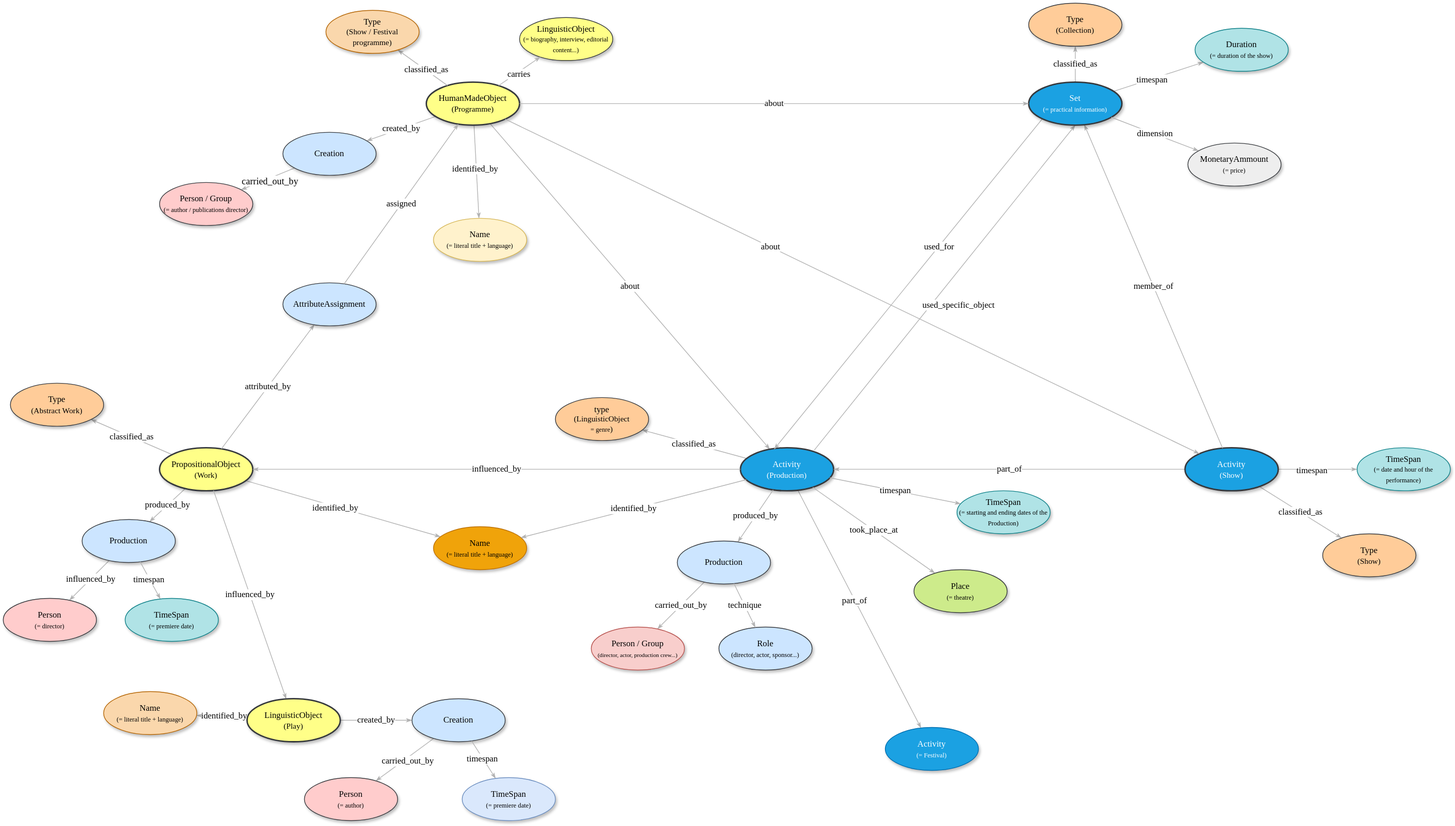
Above: Figures-Cookbook/Global.drawio.svg in stage-to-data/linked-art-pa (draw.io), before the change. Source tidied: cells renumbered, new cells last; positions are measured from the earlier drawing's top-left corner, leaving out a move shared by most shapes.
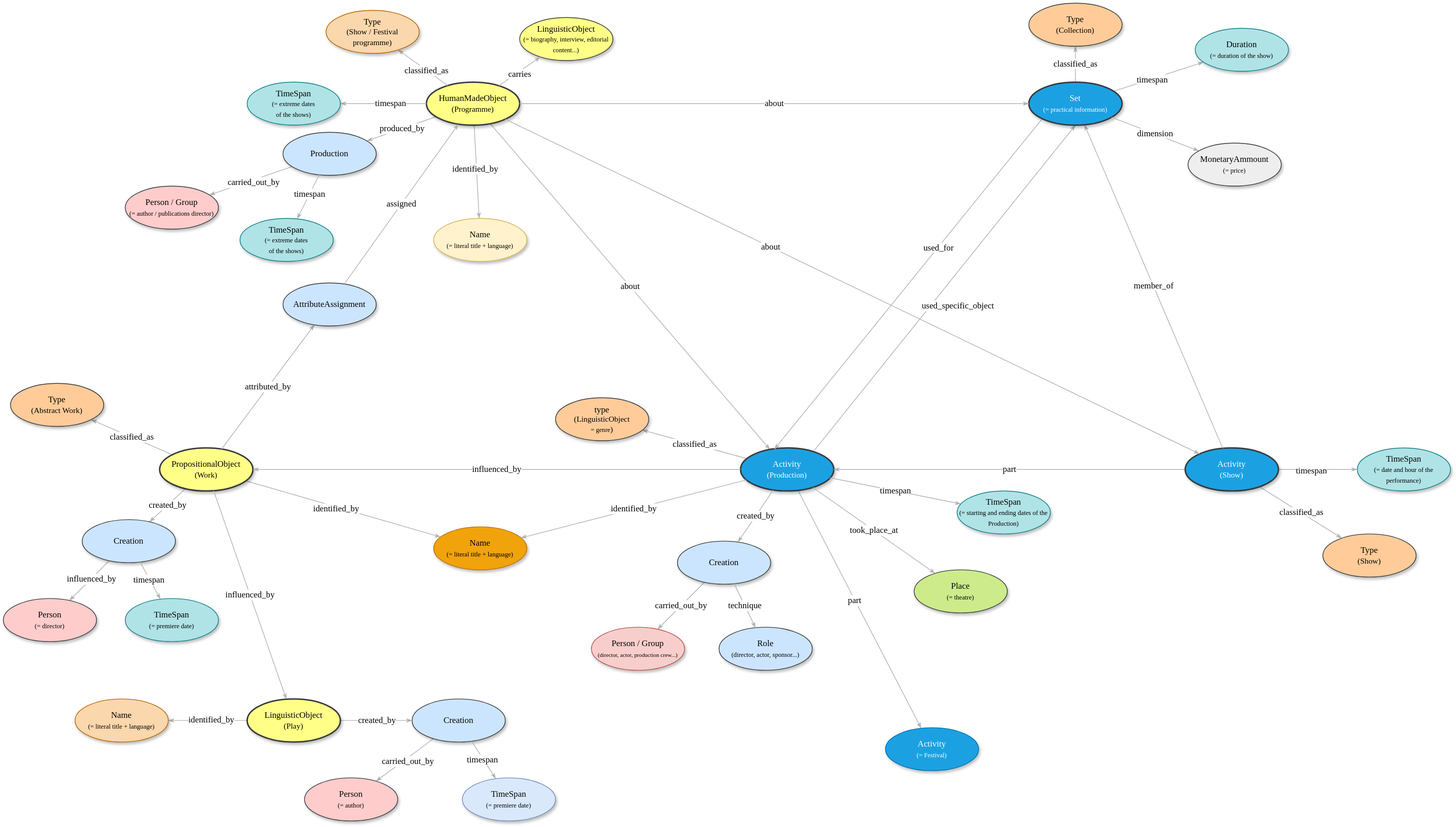
Above is the later version.

The edit, as a diff of the source:
```diff
@@ -11,7 +11,7 @@
     <mxCell id="4" value="classified_as" style="edgeStyle=none;rounded=1;html=1;labelBackgroundColor=#FFFFFF;startArrow=none;startFill=0;startSize=5;endArrow=classicThin;endFill=1;endSize=5;jettySize=auto;strokeColor=#B3B3B3;strokeWidth=1;fontFamily=Verdana;fontSize=12;" parent="1" edge="1" source="6" target="12">
       <mxGeometry relative="1" as="geometry" />
     </mxCell>
-    <mxCell id="5" value="produced_by" style="edgeStyle=none;rounded=1;html=1;labelBackgroundColor=#FFFFFF;startArrow=none;startFill=0;startSize=5;endArrow=classicThin;endFill=1;endSize=5;jettySize=auto;strokeColor=#B3B3B3;strokeWidth=1;fontFamily=Verdana;fontSize=12;" parent="1" edge="1" source="6" target="10">
+    <mxCell id="5" value="created_by" style="edgeStyle=none;rounded=1;html=1;labelBackgroundColor=#FFFFFF;startArrow=none;startFill=0;startSize=5;endArrow=classicThin;endFill=1;endSize=5;jettySize=auto;strokeColor=#B3B3B3;strokeWidth=1;fontFamily=Verdana;fontSize=12;" parent="1" edge="1" source="6" target="10">
       <mxGeometry relative="1" as="geometry" />
     </mxCell>
     <mxCell id="6" value="PropositionalObject&lt;div&gt;&lt;span style=&quot;font-size: 11px; background-color: initial;&quot;&gt;(W&lt;/span&gt;&lt;span style=&quot;font-size: 11px; background-color: initial;&quot;&gt;ork)&lt;/span&gt;&lt;/div&gt;" style="ellipse;whiteSpace=wrap;html=1;rounded=0;shadow=1;comic=0;labelBackgroundColor=none;strokeWidth=2;fontFamily=Verdana;fontSize=12;align=center;fillColor=#ffff88;strokeColor=#36393d;" parent="1" vertex="1">
@@ -28,7 +28,7 @@
         <mxPoint y="-1" as="offset" />
       </mxGeometry>
     </mxCell>
-    <mxCell id="10" value="&lt;span&gt;Production&lt;/span&gt;" style="ellipse;whiteSpace=wrap;html=1;rounded=0;shadow=1;comic=0;labelBackgroundColor=none;strokeWidth=1;fontFamily=Verdana;fontSize=12;align=center;fillColor=#cce5ff;strokeColor=#36393d;" parent="1" vertex="1">
+    <mxCell id="10" value="&lt;span&gt;Creation&lt;/span&gt;" style="ellipse;whiteSpace=wrap;html=1;rounded=0;shadow=1;comic=0;labelBackgroundColor=none;strokeWidth=1;fontFamily=Verdana;fontSize=12;align=center;fillColor=#cce5ff;strokeColor=#36393d;" parent="1" vertex="1">
       <mxGeometry x="110" y="720" width="130" height="60" as="geometry" />
     </mxCell>
     <mxCell id="11" value="&lt;span&gt;Person&lt;/span&gt;&lt;div&gt;&lt;span&gt;&lt;font style=&quot;font-size: 9px;&quot;&gt;(= director)&lt;/font&gt;&lt;/span&gt;&lt;/div&gt;" style="ellipse;whiteSpace=wrap;html=1;rounded=0;shadow=1;comic=0;labelBackgroundColor=none;strokeWidth=1;fontFamily=Verdana;fontSize=12;align=center;fillColor=#ffcccc;strokeColor=#36393d;" parent="1" vertex="1">
@@ -60,7 +60,7 @@
     <mxCell id="19" style="edgeStyle=none;rounded=1;html=1;labelBackgroundColor=#FFFFFF;startArrow=none;startFill=0;startSize=5;endArrow=classicThin;endFill=1;endSize=5;jettySize=auto;strokeColor=#B3B3B3;strokeWidth=1;fontFamily=Verdana;fontSize=12;" parent="1" edge="1" source="22" target="25">
       <mxGeometry relative="1" as="geometry" />
     </mxCell>
-    <mxCell id="20" value="&lt;font style=&quot;font-size: 12px;&quot; face=&quot;Verdana&quot;&gt;part_of&lt;/font&gt;" style="edgeLabel;html=1;align=center;verticalAlign=middle;labelBackgroundColor=#FFFFFF;" parent="19" vertex="1">
+    <mxCell id="20" value="&lt;font style=&quot;font-size: 12px;&quot; face=&quot;Verdana&quot;&gt;part&lt;/font&gt;" style="edgeLabel;html=1;align=center;verticalAlign=middle;labelBackgroundColor=#FFFFFF;" parent="19" vertex="1">
       <mxGeometry x="-0.08" y="-1" relative="1" as="geometry" />
     </mxCell>
     <mxCell id="21" value="&lt;span style=&quot;background-color: rgb(255, 255, 255);&quot;&gt;classified_as&lt;/span&gt;" style="edgeStyle=none;rounded=1;html=1;labelBackgroundColor=#FFFFFF;startArrow=none;startFill=0;startSize=5;endArrow=classicThin;endFill=1;endSize=5;jettySize=auto;strokeColor=#B3B3B3;strokeWidth=1;fontFamily=Verdana;fontSize=12;" parent="1" edge="1" source="22" target="32">
@@ -102,10 +102,10 @@
     <mxCell id="33" value="identified_by" style="edgeStyle=none;rounded=1;html=1;labelBackgroundColor=#FFFFFF;startArrow=none;startFill=0;startSize=5;endArrow=classicThin;endFill=1;endSize=5;jettySize=auto;strokeColor=#B3B3B3;strokeWidth=1;fontFamily=Verdana;fontSize=12;" parent="1" edge="1" source="22" target="7">
       <mxGeometry relative="1" as="geometry" />
     </mxCell>
-    <mxCell id="34" value="produced_by" style="edgeStyle=none;rounded=1;html=1;labelBackgroundColor=#FFFFFF;startArrow=none;startFill=0;startSize=5;endArrow=classicThin;endFill=1;endSize=5;jettySize=auto;strokeColor=#B3B3B3;strokeWidth=1;fontFamily=Verdana;fontSize=12;" parent="1" edge="1" source="22" target="35">
+    <mxCell id="34" value="created_by" style="edgeStyle=none;rounded=1;html=1;labelBackgroundColor=#FFFFFF;startArrow=none;startFill=0;startSize=5;endArrow=classicThin;endFill=1;endSize=5;jettySize=auto;strokeColor=#B3B3B3;strokeWidth=1;fontFamily=Verdana;fontSize=12;" parent="1" edge="1" source="22" target="35">
       <mxGeometry relative="1" as="geometry" />
     </mxCell>
-    <mxCell id="35" value="&lt;span&gt;Production&lt;/span&gt;" style="ellipse;whiteSpace=wrap;html=1;rounded=0;shadow=1;comic=0;labelBackgroundColor=none;strokeWidth=1;fontFamily=Verdana;fontSize=12;align=center;fillColor=#cce5ff;strokeColor=#36393d;" parent="1" vertex="1">
+    <mxCell id="35" value="&lt;span&gt;Creation&lt;/span&gt;" style="ellipse;whiteSpace=wrap;html=1;rounded=0;shadow=1;comic=0;labelBackgroundColor=none;strokeWidth=1;fontFamily=Verdana;fontSize=12;align=center;fillColor=#cce5ff;strokeColor=#36393d;" parent="1" vertex="1">
       <mxGeometry x="940" y="750" width="130" height="60" as="geometry" />
     </mxCell>
     <mxCell id="36" value="&lt;span&gt;Role&lt;/span&gt;&lt;div&gt;&lt;span&gt;&lt;font style=&quot;font-size: 9px;&quot;&gt;(director, actor, sponsor...)&lt;/font&gt;&lt;/span&gt;&lt;/div&gt;" style="ellipse;whiteSpace=wrap;html=1;rounded=0;shadow=1;comic=0;labelBackgroundColor=none;strokeWidth=1;fontFamily=Verdana;fontSize=12;align=center;fillColor=#cce5ff;strokeColor=#36393d;" parent="1" vertex="1">
@@ -120,7 +120,7 @@
     <mxCell id="39" value="&lt;font face=&quot;Verdana&quot; style=&quot;font-size: 12px; background-color: rgb(255, 255, 255);&quot;&gt;timespan&lt;/font&gt;" style="edgeLabel;html=1;align=center;verticalAlign=middle;" parent="38" vertex="1">
       <mxGeometry x="-0.16" y="-1" relative="1" as="geometry" />
     </mxCell>
-    <mxCell id="40" value="&lt;span style=&quot;background-color: rgb(255, 255, 255);&quot;&gt;part_of&lt;/span&gt;" style="edgeStyle=none;rounded=1;html=1;labelBackgroundColor=none;startArrow=none;startFill=0;startSize=5;endArrow=classicThin;endFill=1;endSize=5;jettySize=auto;strokeColor=#B3B3B3;strokeWidth=1;fontFamily=Verdana;fontSize=12;" parent="1" edge="1" source="42" target="22">
+    <mxCell id="40" value="&lt;span style=&quot;background-color: rgb(255, 255, 255);&quot;&gt;part&lt;/span&gt;" style="edgeStyle=none;rounded=1;html=1;labelBackgroundColor=none;startArrow=none;startFill=0;startSize=5;endArrow=classicThin;endFill=1;endSize=5;jettySize=auto;strokeColor=#B3B3B3;strokeWidth=1;fontFamily=Verdana;fontSize=12;" parent="1" edge="1" source="42" target="22">
       <mxGeometry relative="1" as="geometry" />
     </mxCell>
     <mxCell id="41" value="&lt;span style=&quot;background-color: rgb(255, 255, 255);&quot;&gt;classified_as&lt;/span&gt;" style="edgeStyle=none;rounded=1;html=1;labelBackgroundColor=none;startArrow=none;startFill=0;startSize=5;endArrow=classicThin;endFill=1;endSize=5;jettySize=auto;strokeColor=#B3B3B3;strokeWidth=1;fontFamily=Verdana;fontSize=12;" parent="1" edge="1" source="42" target="44">
@@ -171,7 +171,7 @@
     <mxCell id="56" value="&lt;font style=&quot;font-size: 12px;&quot; face=&quot;Verdana&quot;&gt;identified_by&lt;/font&gt;" style="edgeLabel;html=1;align=center;verticalAlign=middle;labelBackgroundColor=#FFFFFF;" parent="55" vertex="1">
       <mxGeometry x="-0.08" y="-2" relative="1" as="geometry" />
     </mxCell>
-    <mxCell id="57" value="created_by" style="edgeStyle=none;rounded=1;html=1;labelBackgroundColor=#FFFFFF;startArrow=none;startFill=0;startSize=5;endArrow=classicThin;endFill=1;endSize=5;jettySize=auto;strokeColor=#B3B3B3;strokeWidth=1;fontFamily=Verdana;fontSize=12;" parent="1" edge="1" source="58" target="62">
+    <mxCell id="57" value="produced_by" style="edgeStyle=none;rounded=1;html=1;labelBackgroundColor=#FFFFFF;startArrow=none;startFill=0;startSize=5;endArrow=classicThin;endFill=1;endSize=5;jettySize=auto;strokeColor=#B3B3B3;strokeWidth=1;fontFamily=Verdana;fontSize=12;" parent="1" edge="1" source="58" target="62">
       <mxGeometry relative="1" as="geometry" />
     </mxCell>
     <mxCell id="58" value="&lt;div&gt;&lt;span style=&quot;background-color: initial;&quot;&gt;HumanMadeObject&lt;/span&gt;&lt;/div&gt;&lt;div&gt;&lt;span style=&quot;font-size: 11px; background-color: initial;&quot;&gt;(Programme&lt;/span&gt;&lt;span style=&quot;font-size: 11px; background-color: initial;&quot;&gt;)&lt;/span&gt;&lt;/div&gt;" style="ellipse;whiteSpace=wrap;html=1;rounded=0;shadow=1;comic=0;labelBackgroundColor=none;strokeWidth=2;fontFamily=Verdana;fontSize=12;align=center;fillColor=#ffff88;strokeColor=#36393d;" parent="1" vertex="1">
@@ -183,14 +183,14 @@
     <mxCell id="60" style="edgeStyle=none;rounded=1;html=1;labelBackgroundColor=none;startArrow=none;startFill=0;startSize=5;endArrow=classicThin;endFill=1;endSize=5;jettySize=auto;strokeColor=#B3B3B3;strokeWidth=1;fontFamily=Verdana;fontSize=12;" parent="1" edge="1" source="62" target="63">
       <mxGeometry relative="1" as="geometry" />
     </mxCell>
-    <mxCell id="61" value="&lt;font style=&quot;font-size: 13px;&quot; face=&quot;Verdana&quot;&gt;carried_out_by&lt;/font&gt;" style="edgeLabel;html=1;align=center;verticalAlign=middle;" parent="60" vertex="1">
+    <mxCell id="61" value="&lt;font style=&quot;font-size: 12px;&quot; face=&quot;Verdana&quot;&gt;carried_out_by&lt;/font&gt;" style="edgeLabel;html=1;align=center;verticalAlign=middle;" parent="60" vertex="1">
       <mxGeometry x="-0.03" y="3" relative="1" as="geometry" />
     </mxCell>
-    <mxCell id="62" value="&lt;span&gt;Creation&lt;/span&gt;" style="ellipse;whiteSpace=wrap;html=1;rounded=0;shadow=1;comic=0;labelBackgroundColor=none;strokeWidth=1;fontFamily=Verdana;fontSize=12;align=center;fillColor=#cce5ff;strokeColor=#36393d;" parent="1" vertex="1">
+    <mxCell id="62" value="&lt;span&gt;Production&lt;/span&gt;" style="ellipse;whiteSpace=wrap;html=1;rounded=0;shadow=1;comic=0;labelBackgroundColor=none;strokeWidth=1;fontFamily=Verdana;fontSize=12;align=center;fillColor=#cce5ff;strokeColor=#36393d;" parent="1" vertex="1">
       <mxGeometry x="390" y="180" width="130" height="60" as="geometry" />
     </mxCell>
     <mxCell id="63" value="&lt;span&gt;Person / Group&lt;/span&gt;&lt;div&gt;&lt;span&gt;&lt;font style=&quot;font-size: 9px;&quot;&gt;(= author / publications director)&lt;/font&gt;&lt;/span&gt;&lt;/div&gt;" style="ellipse;whiteSpace=wrap;html=1;rounded=0;shadow=1;comic=0;labelBackgroundColor=none;strokeWidth=1;fontFamily=Verdana;fontSize=12;align=center;fillColor=#ffcccc;strokeColor=#36393d;" parent="1" vertex="1">
-      <mxGeometry x="218" y="250" width="130" height="60" as="geometry" />
+      <mxGeometry x="170" y="255" width="130" height="60" as="geometry" />
     </mxCell>
     <mxCell id="64" style="edgeStyle=none;rounded=1;html=1;labelBackgroundColor=#FFFFFF;startArrow=none;startFill=0;startSize=5;endArrow=classicThin;endFill=1;endSize=5;jettySize=auto;strokeColor=#B3B3B3;strokeWidth=1;fontFamily=Verdana;fontSize=12;" parent="1" edge="1" source="58" target="66">
       <mxGeometry relative="1" as="geometry" />
@@ -225,7 +225,7 @@
       <mxGeometry x="340" y="970" width="130" height="60" as="geometry" />
     </mxCell>
     <mxCell id="74" value="&lt;span&gt;Name&lt;/span&gt;&lt;div&gt;&lt;span&gt;&lt;font style=&quot;font-size: 9px;&quot;&gt;(= literal title + language)&lt;/font&gt;&lt;/span&gt;&lt;/div&gt;" style="ellipse;whiteSpace=wrap;html=1;rounded=0;shadow=1;comic=0;labelBackgroundColor=none;strokeWidth=1;fontFamily=Verdana;fontSize=12;align=center;fillColor=#fad7ac;strokeColor=#b46504;" parent="1" vertex="1">
-      <mxGeometry x="140" y="960" width="130" height="60" as="geometry" />
+      <mxGeometry x="100" y="970" width="130" height="60" as="geometry" />
     </mxCell>
     <mxCell id="75" style="edgeStyle=none;rounded=1;html=1;labelBackgroundColor=none;startArrow=none;startFill=0;startSize=5;endArrow=classicThin;endFill=1;endSize=5;jettySize=auto;strokeColor=#B3B3B3;strokeWidth=1;fontFamily=Verdana;fontSize=12;" parent="1" edge="1" source="77" target="78">
       <mxGeometry relative="1" as="geometry" />
@@ -262,5 +262,23 @@
     <mxCell id="85" value="about" style="edgeStyle=none;rounded=1;html=1;labelBackgroundColor=#FFFFFF;startArrow=none;startFill=0;startSize=5;endArrow=classicThin;endFill=1;endSize=5;jettySize=auto;strokeColor=#B3B3B3;strokeWidth=1;fontFamily=Verdana;fontSize=12;" parent="1" edge="1" source="58" target="50">
       <mxGeometry relative="1" as="geometry" />
     </mxCell>
+    <mxCell id="86" style="edgeStyle=none;rounded=1;html=1;labelBackgroundColor=none;startArrow=none;startFill=0;startSize=5;endArrow=classicThin;endFill=1;endSize=5;jettySize=auto;strokeColor=#B3B3B3;strokeWidth=1;fontFamily=Verdana;fontSize=12;" parent="1" edge="1" source="58" target="88">
+      <mxGeometry relative="1" as="geometry" />
+    </mxCell>
+    <mxCell id="87" value="&lt;font face=&quot;Verdana&quot; style=&quot;font-size: 12px; background-color: rgb(255, 255, 255);&quot;&gt;timespan&lt;/font&gt;" style="edgeLabel;html=1;align=center;verticalAlign=middle;" parent="86" vertex="1">
+      <mxGeometry x="-0.16" y="-1" relative="1" as="geometry" />
+    </mxCell>
+    <mxCell id="88" value="&lt;span&gt;TimeSpan&lt;/span&gt;&lt;div&gt;&lt;span&gt;&lt;font style=&quot;font-size: 9px;&quot;&gt;(= extreme dates&lt;/font&gt;&lt;/span&gt;&lt;/div&gt;&lt;div&gt;&lt;span&gt;&lt;font style=&quot;font-size: 9px;&quot;&gt;of the&amp;nbsp;&lt;/font&gt;&lt;/span&gt;&lt;span style=&quot;font-size: 9px; background-color: transparent; color: light-dark(rgb(0, 0, 0), rgb(255, 255, 255));&quot;&gt;shows)&lt;/span&gt;&lt;/div&gt;" style="ellipse;whiteSpace=wrap;html=1;rounded=0;shadow=1;comic=0;labelBackgroundColor=none;strokeWidth=1;fontFamily=Verdana;fontSize=12;align=center;fillColor=#b0e3e6;strokeColor=#0e8088;" parent="1" vertex="1">
+      <mxGeometry x="340" y="110" width="130" height="60" as="geometry" />
+    </mxCell>
+    <mxCell id="89" style="edgeStyle=none;rounded=1;html=1;labelBackgroundColor=none;startArrow=none;startFill=0;startSize=5;endArrow=classicThin;endFill=1;endSize=5;jettySize=auto;strokeColor=#B3B3B3;strokeWidth=1;fontFamily=Verdana;fontSize=12;" parent="1" edge="1" source="62" target="91">
+      <mxGeometry relative="1" as="geometry" />
+    </mxCell>
+    <mxCell id="90" value="&lt;font face=&quot;Verdana&quot; style=&quot;font-size: 12px; background-color: rgb(255, 255, 255);&quot;&gt;timespan&lt;/font&gt;" style="edgeLabel;html=1;align=center;verticalAlign=middle;" parent="89" vertex="1">
+      <mxGeometry x="-0.16" y="-1" relative="1" as="geometry" />
+    </mxCell>
+    <mxCell id="91" value="&lt;span&gt;TimeSpan&lt;/span&gt;&lt;div&gt;&lt;span&gt;&lt;font style=&quot;font-size: 9px;&quot;&gt;(= extreme dates&lt;/font&gt;&lt;/span&gt;&lt;/div&gt;&lt;div&gt;&lt;span&gt;&lt;font style=&quot;font-size: 9px;&quot;&gt;of the&amp;nbsp;&lt;/font&gt;&lt;/span&gt;&lt;span style=&quot;font-size: 9px; background-color: transparent; color: light-dark(rgb(0, 0, 0), rgb(255, 255, 255));&quot;&gt;shows)&lt;/span&gt;&lt;/div&gt;" style="ellipse;whiteSpace=wrap;html=1;rounded=0;shadow=1;comic=0;labelBackgroundColor=none;strokeWidth=1;fontFamily=Verdana;fontSize=12;align=center;fillColor=#b0e3e6;strokeColor=#0e8088;" parent="1" vertex="1">
+      <mxGeometry x="330" y="300" width="130" height="60" as="geometry" />
+    </mxCell>
   </root>
 </mxGraphModel>
```
